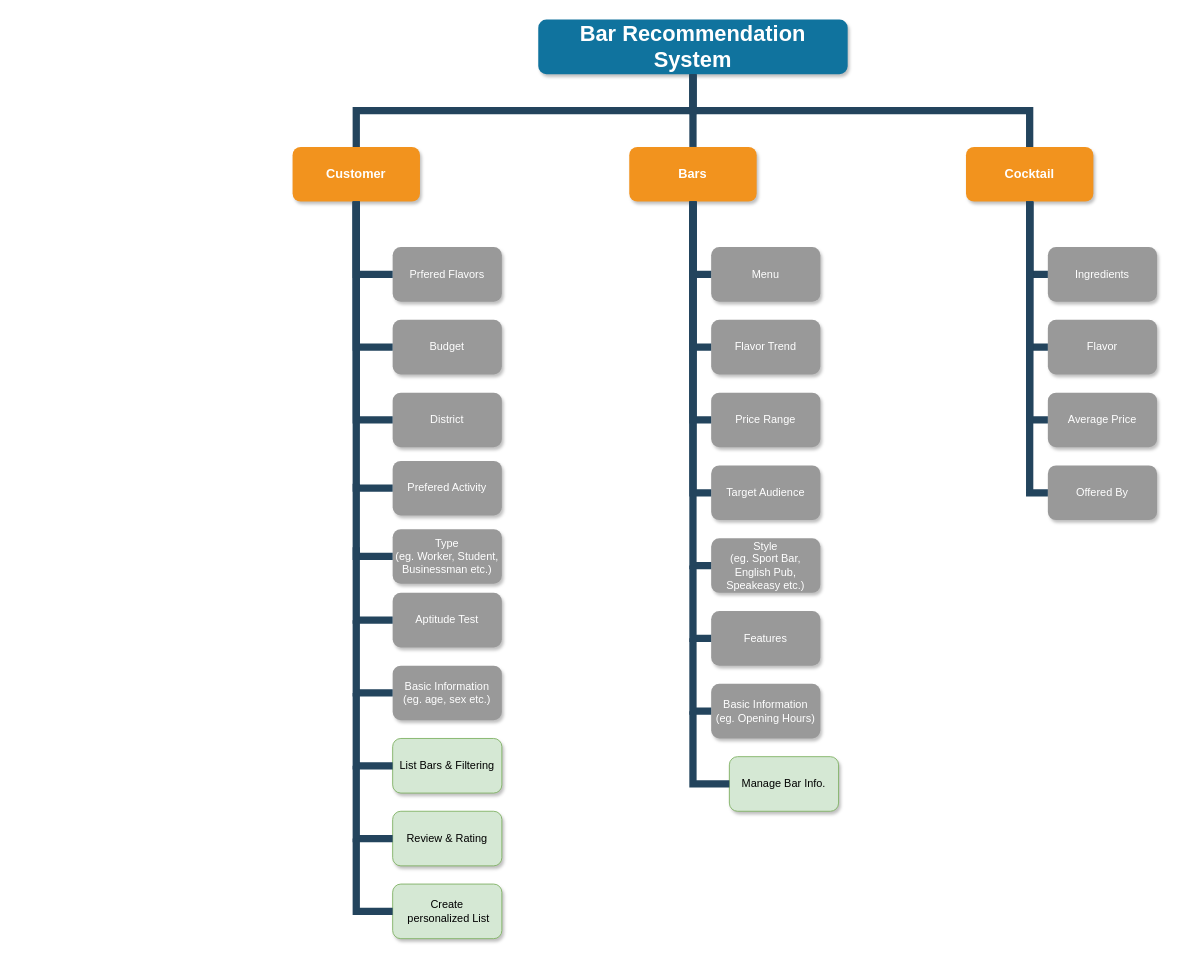
Above: DBMS_System_Fuctions.drawio in tp12356twNccu/Database_NCCU (draw.io), before the change. Source tidied: cells renumbered, new cells numbered last; positions are measured from the earlier drawing's top-left corner, leaving out a move shared by most shapes. Both pictures are drawn from the tidied source at 91%, with x=0, y=0 at pixel (292, 19).
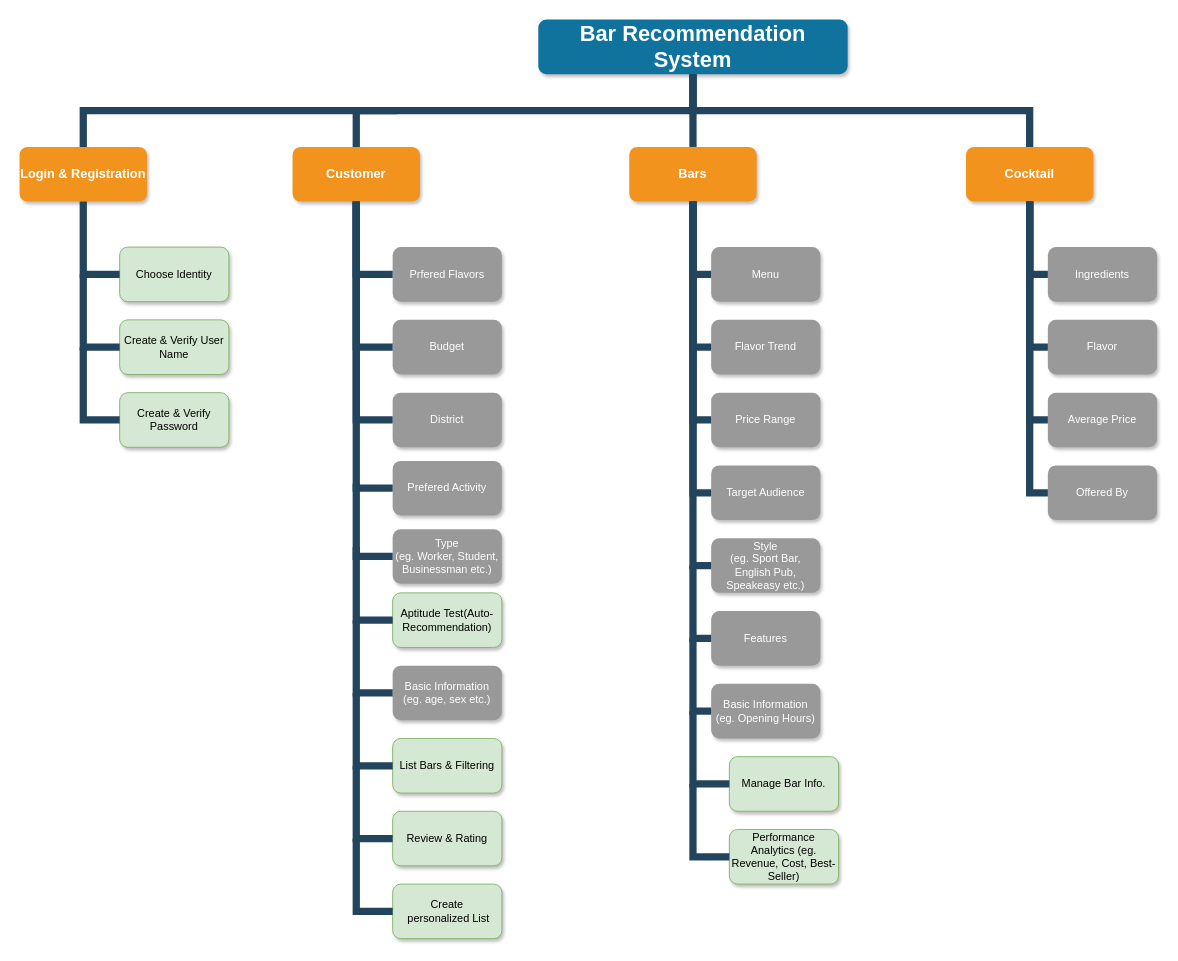
Above is the later version.

Change to the diagram source:
```diff
@@
-    <mxCell id="39" value="Aptitude Test" style="whiteSpace=wrap;rounded=1;fillColor=#999999;strokeColor=none;shadow=1;fontColor=#FFFFFF;fontStyle=0;" parent="1" vertex="1">
+    <mxCell id="39" value="Aptitude Test(Auto-Recommendation)" style="whiteSpace=wrap;rounded=1;fillColor=#d5e8d4;strokeColor=#82b366;shadow=1;fontStyle=0;" parent="1" vertex="1">
       <mxGeometry x="110" y="630" width="120" height="60" as="geometry" />
     </mxCell>
@@
+    <mxCell id="53" style="edgeStyle=elbowEdgeStyle;elbow=vertical;rounded=0;fontColor=#000000;endArrow=none;endFill=0;strokeWidth=8;strokeColor=#23445D;" parent="1" edge="1" target="54">
+      <mxGeometry relative="1" as="geometry">
+        <mxPoint x="115" y="100" as="sourcePoint" />
+        <Array as="points">
+          <mxPoint x="-20" y="100" />
+        </Array>
+      </mxGeometry>
+    </mxCell>
+    <mxCell id="54" value="Login &amp; Registration" style="whiteSpace=wrap;rounded=1;fillColor=#F2931E;strokeColor=none;shadow=1;fontColor=#FFFFFF;fontStyle=1;fontSize=14;" parent="1" vertex="1">
+      <mxGeometry x="-300" y="140" width="140" height="60" as="geometry" />
+    </mxCell>
+    <mxCell id="55" value="Choose Identity" style="whiteSpace=wrap;rounded=1;fillColor=#d5e8d4;strokeColor=#82b366;shadow=1;fontStyle=0;" parent="1" vertex="1">
+      <mxGeometry x="-190" y="250" width="120" height="60" as="geometry" />
+    </mxCell>
+    <mxCell id="56" style="edgeStyle=elbowEdgeStyle;elbow=horizontal;rounded=0;fontColor=#000000;endArrow=none;endFill=0;strokeWidth=8;strokeColor=#23445D;exitX=0.5;exitY=1;exitDx=0;exitDy=0;entryX=0;entryY=0.5;entryDx=0;entryDy=0;" parent="1" edge="1">
+      <mxGeometry relative="1" as="geometry">
+        <mxPoint x="-230" y="200" as="sourcePoint" />
+        <mxPoint x="-190" y="280" as="targetPoint" />
+        <Array as="points">
+          <mxPoint x="-230" y="320" />
+        </Array>
+      </mxGeometry>
+    </mxCell>
+    <mxCell id="57" value="Create &amp; Verify User Name" style="whiteSpace=wrap;rounded=1;fillColor=#d5e8d4;strokeColor=#82b366;shadow=1;fontStyle=0;" parent="1" vertex="1">
+      <mxGeometry x="-190" y="330" width="120" height="60" as="geometry" />
+    </mxCell>
+    <mxCell id="58" style="edgeStyle=elbowEdgeStyle;elbow=horizontal;rounded=0;fontColor=#000000;endArrow=none;endFill=0;strokeWidth=8;strokeColor=#23445D;exitX=0.5;exitY=1;exitDx=0;exitDy=0;entryX=0;entryY=0.5;entryDx=0;entryDy=0;" parent="1" edge="1">
+      <mxGeometry relative="1" as="geometry">
+        <mxPoint x="-230" y="280" as="sourcePoint" />
+        <mxPoint x="-190" y="360" as="targetPoint" />
+        <Array as="points">
+          <mxPoint x="-230" y="400" />
+        </Array>
+      </mxGeometry>
+    </mxCell>
+    <mxCell id="59" value="Create &amp; Verify Password" style="whiteSpace=wrap;rounded=1;fillColor=#d5e8d4;strokeColor=#82b366;shadow=1;fontStyle=0;" parent="1" vertex="1">
+      <mxGeometry x="-190" y="410" width="120" height="60" as="geometry" />
+    </mxCell>
+    <mxCell id="60" style="edgeStyle=elbowEdgeStyle;elbow=horizontal;rounded=0;fontColor=#000000;endArrow=none;endFill=0;strokeWidth=8;strokeColor=#23445D;exitX=0.5;exitY=1;exitDx=0;exitDy=0;entryX=0;entryY=0.5;entryDx=0;entryDy=0;" parent="1" edge="1">
+      <mxGeometry relative="1" as="geometry">
+        <mxPoint x="-230" y="360" as="sourcePoint" />
+        <mxPoint x="-190" y="440" as="targetPoint" />
+        <Array as="points">
+          <mxPoint x="-230" y="480" />
+        </Array>
+      </mxGeometry>
+    </mxCell>
+    <mxCell id="61" value="Performance Analytics (eg. Revenue, Cost, Best-Seller)" style="whiteSpace=wrap;rounded=1;fillColor=#d5e8d4;strokeColor=#82b366;shadow=1;fontStyle=0;" parent="1" vertex="1">
+      <mxGeometry x="480" y="890" width="120" height="60" as="geometry" />
+    </mxCell>
+    <mxCell id="62" style="edgeStyle=elbowEdgeStyle;elbow=horizontal;rounded=0;fontColor=#000000;endArrow=none;endFill=0;strokeWidth=8;strokeColor=#23445D;exitX=0.5;exitY=1;exitDx=0;exitDy=0;entryX=0;entryY=0.5;entryDx=0;entryDy=0;" parent="1" edge="1">
+      <mxGeometry relative="1" as="geometry">
+        <mxPoint x="440" y="840" as="sourcePoint" />
+        <mxPoint x="480" y="920" as="targetPoint" />
+        <Array as="points">
+          <mxPoint x="440" y="960" />
+        </Array>
+      </mxGeometry>
+    </mxCell>
```
